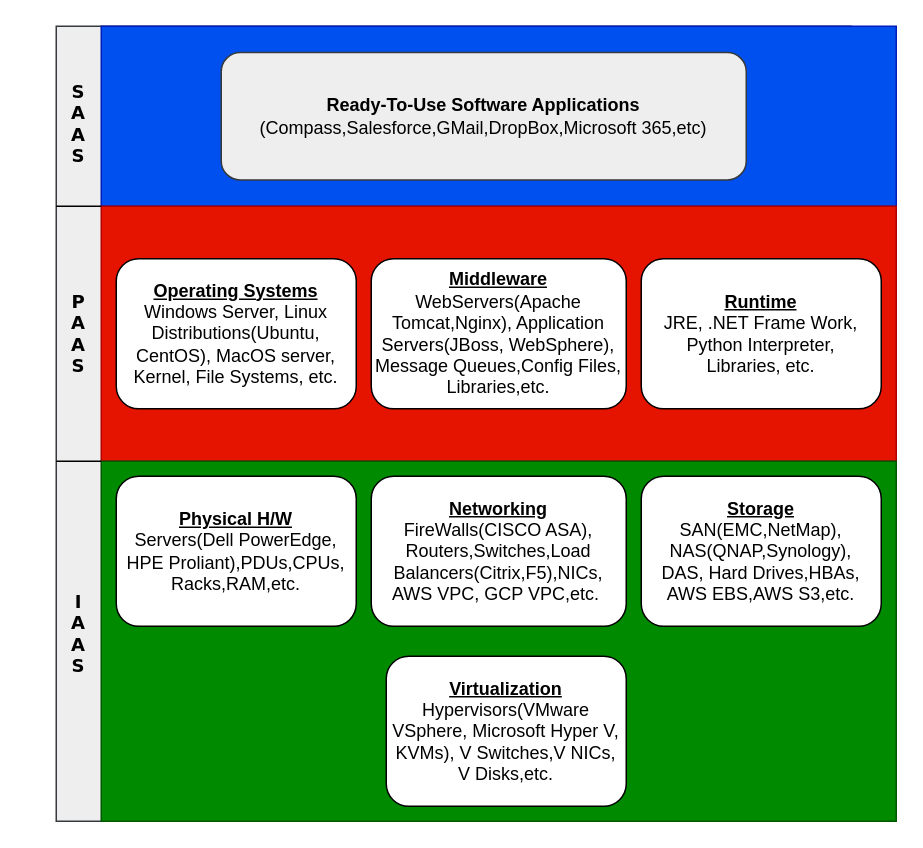
Before: Untitled Diagram.drawio in GR-882/DataValley-FullStack-Assignment-10, a draw.io diagram. Source tidied: cells renumbered, new cells numbered last; positions are measured from the earlier drawing's top-left corner, leaving out a move shared by most shapes. Both pictures are drawn from the tidied source at 150%, with x=0, y=0 at pixel (26, 26).
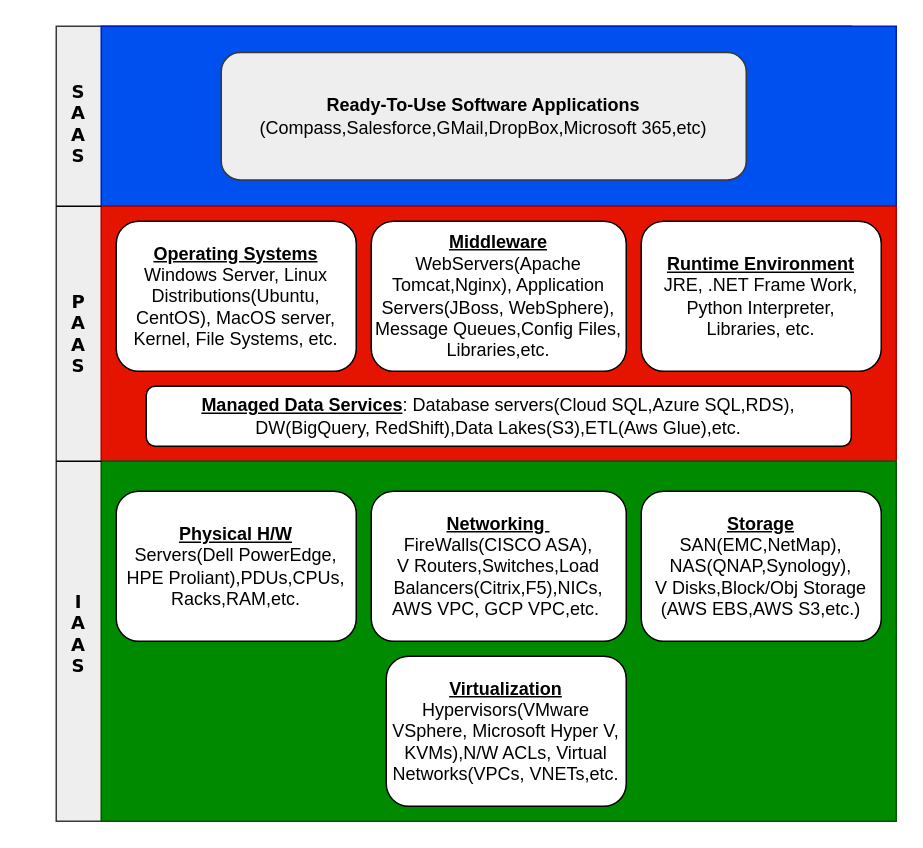
After the change.

Change to the diagram source:
```diff
@@
     <mxCell id="6" value="&lt;b&gt;&lt;u&gt;Physical H/W&lt;/u&gt;&lt;/b&gt;&lt;div&gt;Servers(Dell PowerEdge, HPE&lt;span style=&quot;background-color: transparent; color: light-dark(rgb(0, 0, 0), rgb(255, 255, 255));&quot;&gt;&amp;nbsp;Proliant),PDUs,CPUs,&lt;/span&gt;&lt;/div&gt;&lt;div&gt;&lt;span style=&quot;background-color: transparent; color: light-dark(rgb(0, 0, 0), rgb(255, 255, 255));&quot;&gt;Racks,RAM,etc.&lt;/span&gt;&lt;/div&gt;" style="rounded=1;whiteSpace=wrap;html=1;" parent="1" vertex="1">
-      <mxGeometry x="60" y="300" width="160" height="100" as="geometry" />
+      <mxGeometry x="60" y="310" width="160" height="100" as="geometry" />
     </mxCell>
-    <mxCell id="7" value="&lt;b&gt;&lt;u&gt;Networking&lt;/u&gt;&lt;/b&gt;&lt;div&gt;FireWalls(CISCO ASA),&lt;/div&gt;&lt;div&gt;Routers,Switches,Load Balancers(Citrix,F5),NICs,&lt;/div&gt;&lt;div&gt;AWS VPC, GCP VPC,etc.&amp;nbsp;&lt;/div&gt;" style="rounded=1;whiteSpace=wrap;html=1;align=center;" parent="1" vertex="1">
-      <mxGeometry x="230" y="300" width="170" height="100" as="geometry" />
+    <mxCell id="7" value="&lt;b&gt;&lt;u&gt;Networking&amp;nbsp;&lt;/u&gt;&lt;/b&gt;&lt;div&gt;FireWalls(CISCO ASA),&lt;/div&gt;&lt;div&gt;V Routers,Switches,Load Balancers(Citrix,F5),NICs,&lt;/div&gt;&lt;div&gt;AWS VPC, GCP VPC,etc.&amp;nbsp;&lt;/div&gt;" style="rounded=1;whiteSpace=wrap;html=1;align=center;" parent="1" vertex="1">
+      <mxGeometry x="230" y="310" width="170" height="100" as="geometry" />
     </mxCell>
-    <mxCell id="8" value="&lt;b&gt;&lt;u&gt;Storage&lt;/u&gt;&lt;/b&gt;&lt;div&gt;SAN(EMC,NetMap),&lt;/div&gt;&lt;div&gt;NAS(QNAP,Synology),&lt;/div&gt;&lt;div&gt;DAS, Hard Drives,HBAs,&lt;/div&gt;&lt;div&gt;AWS EBS,AWS S3,etc.&lt;/div&gt;" style="rounded=1;whiteSpace=wrap;html=1;" parent="1" vertex="1">
-      <mxGeometry x="410" y="300" width="160" height="100" as="geometry" />
+    <mxCell id="8" value="&lt;b&gt;&lt;u&gt;Storage&lt;/u&gt;&lt;/b&gt;&lt;div style=&quot;&quot;&gt;SAN(EMC,NetMap),&lt;/div&gt;&lt;div style=&quot;&quot;&gt;NAS(QNAP,Synology),&lt;/div&gt;&lt;div style=&quot;&quot;&gt;V Disks,Block/Obj Storage&lt;/div&gt;&lt;div style=&quot;&quot;&gt;(AWS EBS,AWS S3,etc.)&lt;/div&gt;" style="rounded=1;whiteSpace=wrap;html=1;" parent="1" vertex="1">
+      <mxGeometry x="410" y="310" width="160" height="100" as="geometry" />
     </mxCell>
-    <mxCell id="9" value="&lt;b style=&quot;&quot;&gt;&lt;u&gt;Virtualization&lt;/u&gt;&lt;/b&gt;&lt;div&gt;Hypervisors(VMware VSphere, Microsoft Hyper V, KVMs), V Switches,V NICs, V Disks,etc.&lt;/div&gt;" style="rounded=1;whiteSpace=wrap;html=1;" parent="1" vertex="1">
+    <mxCell id="9" value="&lt;b style=&quot;&quot;&gt;&lt;u&gt;Virtualization&lt;/u&gt;&lt;/b&gt;&lt;div&gt;Hypervisors(VMware VSphere, Microsoft Hyper V, KVMs),N/W ACLs, Virtual Networks(VPCs, VNETs,etc.&lt;/div&gt;" style="rounded=1;whiteSpace=wrap;html=1;" parent="1" vertex="1">
       <mxGeometry x="240" y="420" width="160" height="100" as="geometry" />
     </mxCell>
-    <mxCell id="10" value="&lt;b&gt;&lt;u&gt;Operating Systems&lt;/u&gt;&lt;/b&gt;&lt;div&gt;&lt;span style=&quot;background-color: transparent; color: light-dark(rgb(0, 0, 0), rgb(255, 255, 255));&quot;&gt;Windows Server, Linux Distributions(Ubuntu, CentOS), MacOS server,&lt;/span&gt;&lt;/div&gt;&lt;div&gt;&lt;span style=&quot;background-color: transparent; color: light-dark(rgb(0, 0, 0), rgb(255, 255, 255));&quot;&gt;Kernel, File Systems, etc.&lt;/span&gt;&lt;/div&gt;" style="rounded=1;whiteSpace=wrap;html=1;" parent="1" vertex="1">
-      <mxGeometry x="60" y="155" width="160" height="100" as="geometry" />
+    <mxCell id="10" value="&lt;b&gt;&lt;u&gt;Operating Systems&lt;/u&gt;&lt;/b&gt;&lt;br&gt;&lt;div&gt;&lt;span style=&quot;background-color: transparent; color: light-dark(rgb(0, 0, 0), rgb(255, 255, 255));&quot;&gt;Windows Server, Linux Distributions(Ubuntu, CentOS), MacOS server,&lt;/span&gt;&lt;/div&gt;&lt;div&gt;&lt;span style=&quot;background-color: transparent; color: light-dark(rgb(0, 0, 0), rgb(255, 255, 255));&quot;&gt;Kernel, File Systems, etc.&lt;/span&gt;&lt;/div&gt;" style="rounded=1;whiteSpace=wrap;html=1;" parent="1" vertex="1">
+      <mxGeometry x="60" y="130" width="160" height="100" as="geometry" />
     </mxCell>
     <mxCell id="11" value="&lt;b&gt;&lt;u&gt;Middleware&lt;/u&gt;&lt;/b&gt;&lt;div&gt;WebServers(Apache Tomcat,Nginx), Application Servers(JBoss, WebSphere),&lt;/div&gt;&lt;div&gt;Message Queues,Config Files,&lt;/div&gt;&lt;div&gt;Libraries,etc.&lt;/div&gt;" style="rounded=1;whiteSpace=wrap;html=1;" parent="1" vertex="1">
-      <mxGeometry x="230" y="155" width="170" height="100" as="geometry" />
+      <mxGeometry x="230" y="130" width="170" height="100" as="geometry" />
     </mxCell>
-    <mxCell id="12" value="&lt;b&gt;&lt;u&gt;Runtime&lt;/u&gt;&lt;/b&gt;&lt;div&gt;JRE, .NET Frame Work,&lt;/div&gt;&lt;div&gt;Python Interpreter,&lt;/div&gt;&lt;div&gt;Libraries, etc.&lt;/div&gt;" style="rounded=1;whiteSpace=wrap;html=1;" parent="1" vertex="1">
-      <mxGeometry x="410" y="155" width="160" height="100" as="geometry" />
+    <mxCell id="12" value="&lt;b&gt;&lt;u&gt;Runtime Environment&lt;/u&gt;&lt;/b&gt;&lt;div&gt;JRE, .NET Frame Work,&lt;/div&gt;&lt;div&gt;Python Interpreter,&lt;/div&gt;&lt;div&gt;Libraries, etc.&lt;/div&gt;" style="rounded=1;whiteSpace=wrap;html=1;" parent="1" vertex="1">
+      <mxGeometry x="410" y="130" width="160" height="100" as="geometry" />
     </mxCell>
@@
+    <mxCell id="19" value="&lt;b&gt;&lt;u&gt;Managed Data Services&lt;/u&gt;&lt;/b&gt;: Database servers(Cloud SQL,Azure SQL,RDS), DW(BigQuery, RedShift),Data Lakes(S3),ETL(Aws Glue),etc." style="rounded=1;whiteSpace=wrap;html=1;" parent="1" vertex="1">
+      <mxGeometry x="80" y="240" width="470" height="40" as="geometry" />
+    </mxCell>
```
